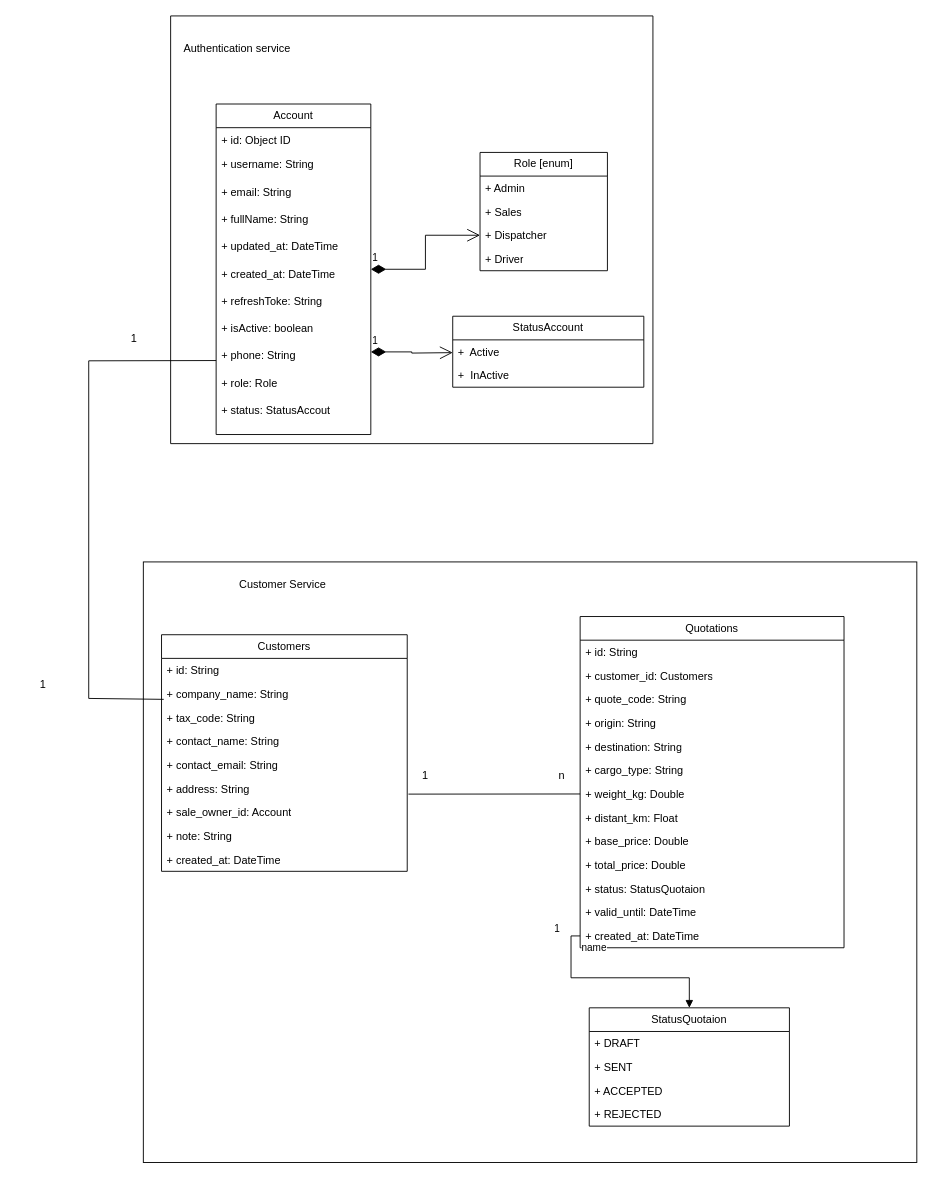
PhamHinh2004/Logistics_Application keeps this draw.io diagram as Schema/Schema_Database.drawio. Above is the earlier version. Source tidied: cells renumbered, new cells numbered last; positions are measured from the earlier drawing's top-left corner, leaving out a move shared by most shapes. Both pictures are drawn from the tidied source at 91%, with x=0, y=0 at pixel (15, 15).
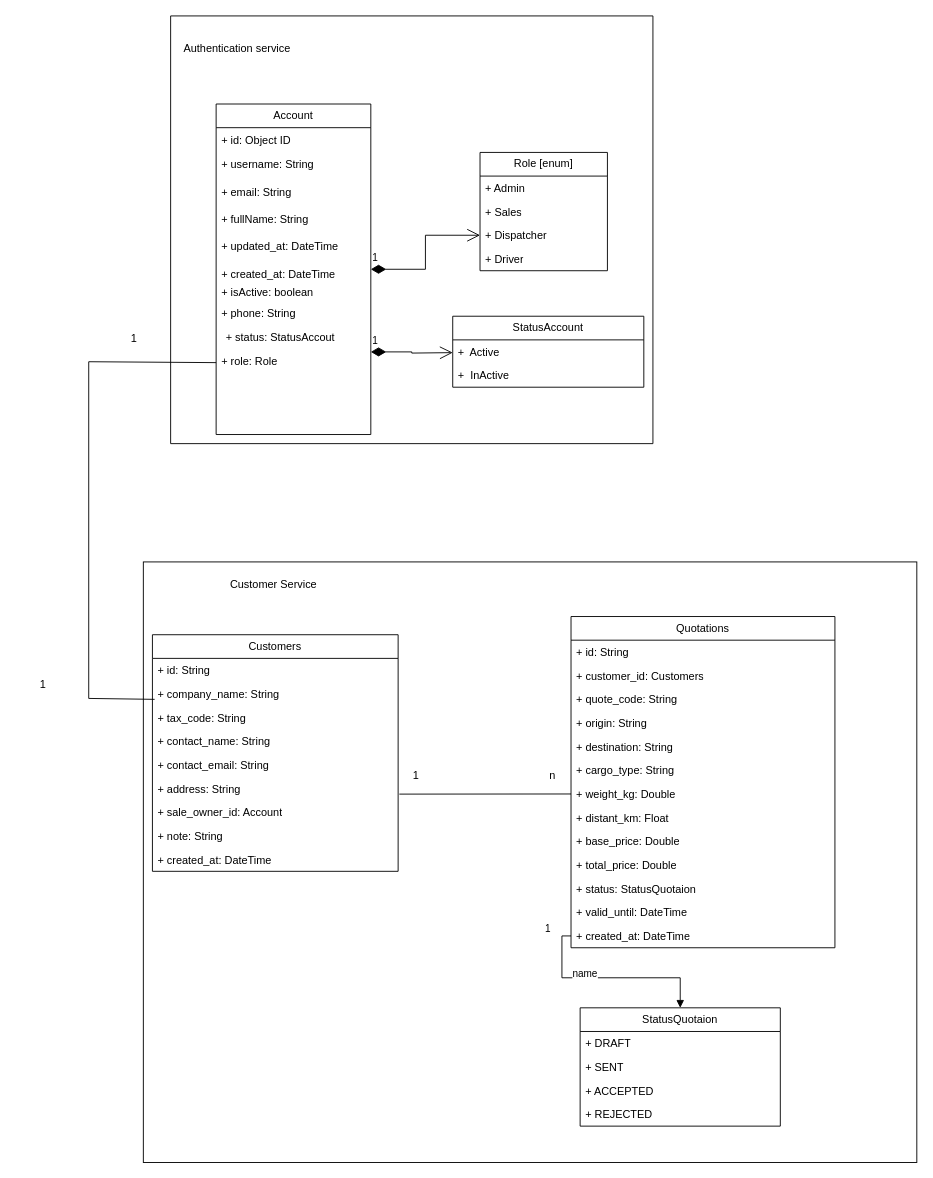
The same diagram, later.

The change refers to these unchanged cells:
```xml
<mxCell id="2" style="group;" parent="1" vertex="1">
  <mxGeometry x="150" width="550" height="470" as="geometry" />
</mxCell>
<mxCell id="32" value="+ company_name: String" style="text;strokeColor=none;fillColor=none;align=left;verticalAlign=top;spacingLeft=4;spacingRight=4;overflow=hidden;points=[[0,0.5],[1,0.5]];portConstraint=eastwest;whiteSpace=wrap;html=1;" parent="30" vertex="1">
  <mxGeometry y="52" width="270" height="26" as="geometry" />
</mxCell>
<mxCell id="53" value="+ created_at: DateTime" style="text;strokeColor=none;fillColor=none;align=left;verticalAlign=top;spacingLeft=4;spacingRight=4;overflow=hidden;points=[[0,0.5],[1,0.5]];portConstraint=eastwest;whiteSpace=wrap;html=1;" parent="40" vertex="1">
  <mxGeometry y="338" width="290" height="26" as="geometry" />
</mxCell>
<mxCell id="54" value="&lt;span style=&quot;text-align: left;&quot;&gt;StatusQuotaion&lt;/span&gt;" style="swimlane;fontStyle=0;horizontal=1;startSize=26;fillColor=none;whiteSpace=wrap;html=1;" parent="27" vertex="1">
  <mxGeometry x="490" y="490" width="220" height="130" as="geometry" />
</mxCell>
```

Diff of the diagram source:
```diff
@@
-    <mxCell id="12" value="+ refreshToke: String" style="text;strokeColor=none;fillColor=none;align=left;verticalAlign=top;spacingLeft=4;spacingRight=4;overflow=hidden;whiteSpace=wrap;html=1;" parent="2" vertex="1">
-      <mxGeometry x="70" y="300" width="160" height="30" as="geometry" />
-    </mxCell>
     <mxCell id="13" value="+ isActive: boolean" style="text;strokeColor=none;fillColor=none;align=left;verticalAlign=top;spacingLeft=4;spacingRight=4;overflow=hidden;whiteSpace=wrap;html=1;" parent="2" vertex="1">
-      <mxGeometry x="70" y="330" width="160" height="22.6" as="geometry" />
+      <mxGeometry x="70" y="290" width="160" height="22.6" as="geometry" />
     </mxCell>
     <mxCell id="14" value="+ phone: String" style="text;strokeColor=none;fillColor=none;align=left;verticalAlign=top;spacingLeft=4;spacingRight=4;overflow=hidden;points=[[0,0.5],[1,0.5]];portConstraint=eastwest;whiteSpace=wrap;html=1;" parent="2" vertex="1">
-      <mxGeometry x="70" y="360" width="160" height="37.4" as="geometry" />
+      <mxGeometry x="70" y="312.6" width="160" height="37.4" as="geometry" />
     </mxCell>
     <mxCell id="15" value="+ role: Role" style="text;strokeColor=none;fillColor=none;align=left;verticalAlign=top;spacingLeft=4;spacingRight=4;overflow=hidden;points=[[0,0.5],[1,0.5]];portConstraint=eastwest;whiteSpace=wrap;html=1;" parent="2" vertex="1">
-      <mxGeometry x="70" y="390" width="160" height="30" as="geometry" />
+      <mxGeometry x="70" y="366" width="160" height="30" as="geometry" />
     </mxCell>
@@
     <mxCell id="19" value="+ status: StatusAccout" style="text;strokeColor=none;fillColor=none;align=left;verticalAlign=top;spacingLeft=4;spacingRight=4;overflow=hidden;whiteSpace=wrap;html=1;" parent="2" vertex="1">
-      <mxGeometry x="70" y="420" width="150" height="26" as="geometry" />
+      <mxGeometry x="75" y="340" width="150" height="26" as="geometry" />
     </mxCell>
@@
     <mxCell id="27" style="group;" parent="1" vertex="1">
-      <mxGeometry x="140" y="600" width="850" height="660" as="geometry" />
+      <mxGeometry x="130" y="600" width="850" height="660" as="geometry" />
     </mxCell>
     <mxCell id="28" style="rounded=0;whiteSpace=wrap;html=1;" parent="27" vertex="1">
-      <mxGeometry width="850" height="660" as="geometry" />
+      <mxGeometry x="10" width="850" height="660" as="geometry" />
     </mxCell>
@@
     <mxCell id="59" value="name" style="endArrow=block;endFill=1;html=1;edgeStyle=orthogonalEdgeStyle;align=left;verticalAlign=top;rounded=0;entryX=0.5;entryY=0;entryDx=0;entryDy=0;" parent="27" edge="1" source="53" target="54">
-      <mxGeometry x="-1" relative="1" as="geometry" />
+      <mxGeometry x="-0.64" y="10" relative="1" as="geometry" />
     </mxCell>
@@
-    <mxCell id="64" style="endArrow=none;html=1;rounded=0;exitX=0.009;exitY=0.731;exitDx=0;exitDy=0;entryX=0;entryY=0.5;entryDx=0;entryDy=0;exitPerimeter=0;" parent="1" edge="1" source="32" target="14">
+    <mxCell id="64" style="endArrow=none;html=1;rounded=0;exitX=0.009;exitY=0.731;exitDx=0;exitDy=0;entryX=0;entryY=0.5;entryDx=0;entryDy=0;exitPerimeter=0;" parent="1" edge="1" source="32" target="15">
       <mxGeometry relative="1" as="geometry">
         <Array as="points">
           <mxPoint x="80" y="750" />
-          <mxPoint x="80" y="379" />
+          <mxPoint x="80" y="380" />
         </Array>
       </mxGeometry>
     </mxCell>
```
